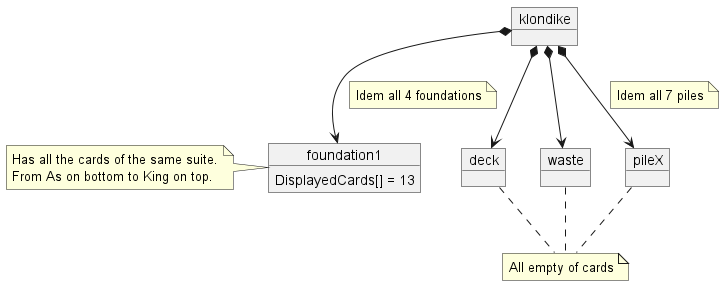
The PlantUML diagram MPDS/Klondike/docs/img/domain model final state.png in PabloMartinFluvia/IT-School, before a commit.
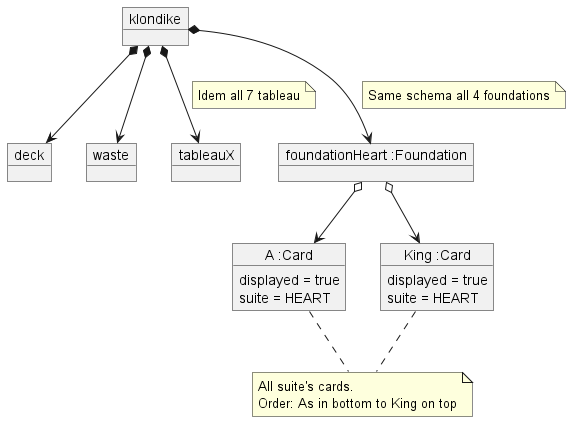
The same file after the commit.

Commit message:
klondike domain model upgrade

What changed in the source:
```diff
@@ -6,37 +6,39 @@
 
 object waste
 
-object pileX
+object tableauX
 
-object foundation1{
-DisplayedCards[] = 13
+object "foundationHeart :Foundation" as foundation1
+
+object "A :Card" as cA{
+    displayed = true
+    suite = HEART
 }
-note left
-Has all the cards of the same suite.
-From As on bottom to King on top.
-end note
-
+object "King :Card" as cK{
+    displayed = true
+    suite = HEART
+}
 
 klondike *-down-> deck
 klondike *-down-> waste
-klondike *-down-> pileX
+klondike *-down-> tableauX
 note on link
-Idem all 7 piles
+Idem all 7 tableau
 end note
+
 klondike *-down-> foundation1
 note on link
-Idem all 4 foundations
+Same schema all 4 foundations
 end note
 
+foundation1 o-down-> cK
+foundation1 o-down-> cA
 
-note as emptyNote
-All empty of cards
+note as cardNote
+All suite's cards.
+Order: As in bottom to King on top
 end note
-
-deck .. emptyNote
-waste .. emptyNote
-pileX .. emptyNote
-
-
+cA..cardNote
+cK..cardNote
 
 @enduml
```
